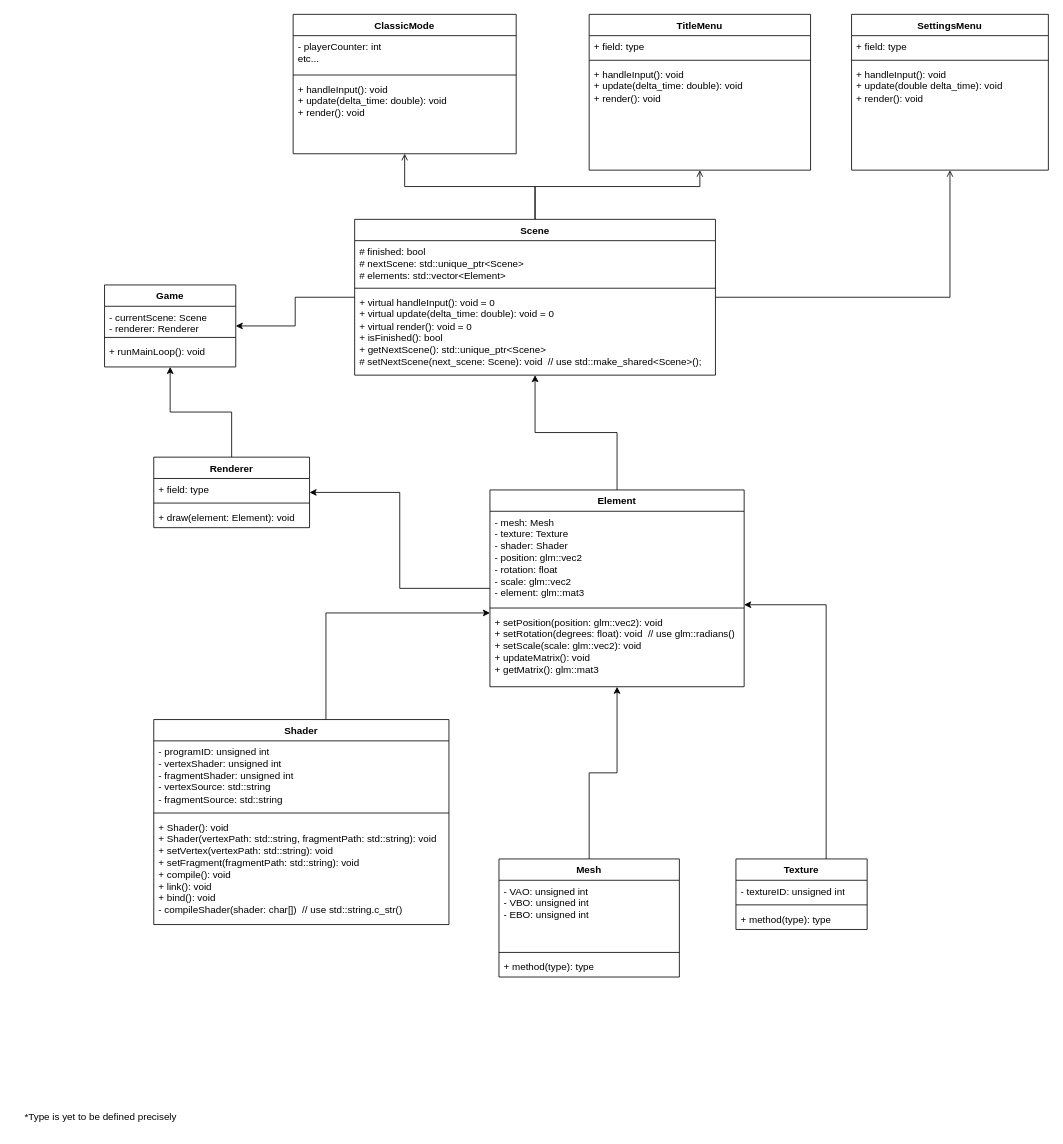
Above: design/scenesUML.drawio in drussillo/PoliticalPartyParty (draw.io), before the change. Source tidied: cells renumbered, new cells numbered last; positions are measured from the earlier drawing's top-left corner, leaving out a move shared by most shapes. Both pictures are drawn from the tidied source at 82%, with x=0, y=0 at pixel (14, 14).
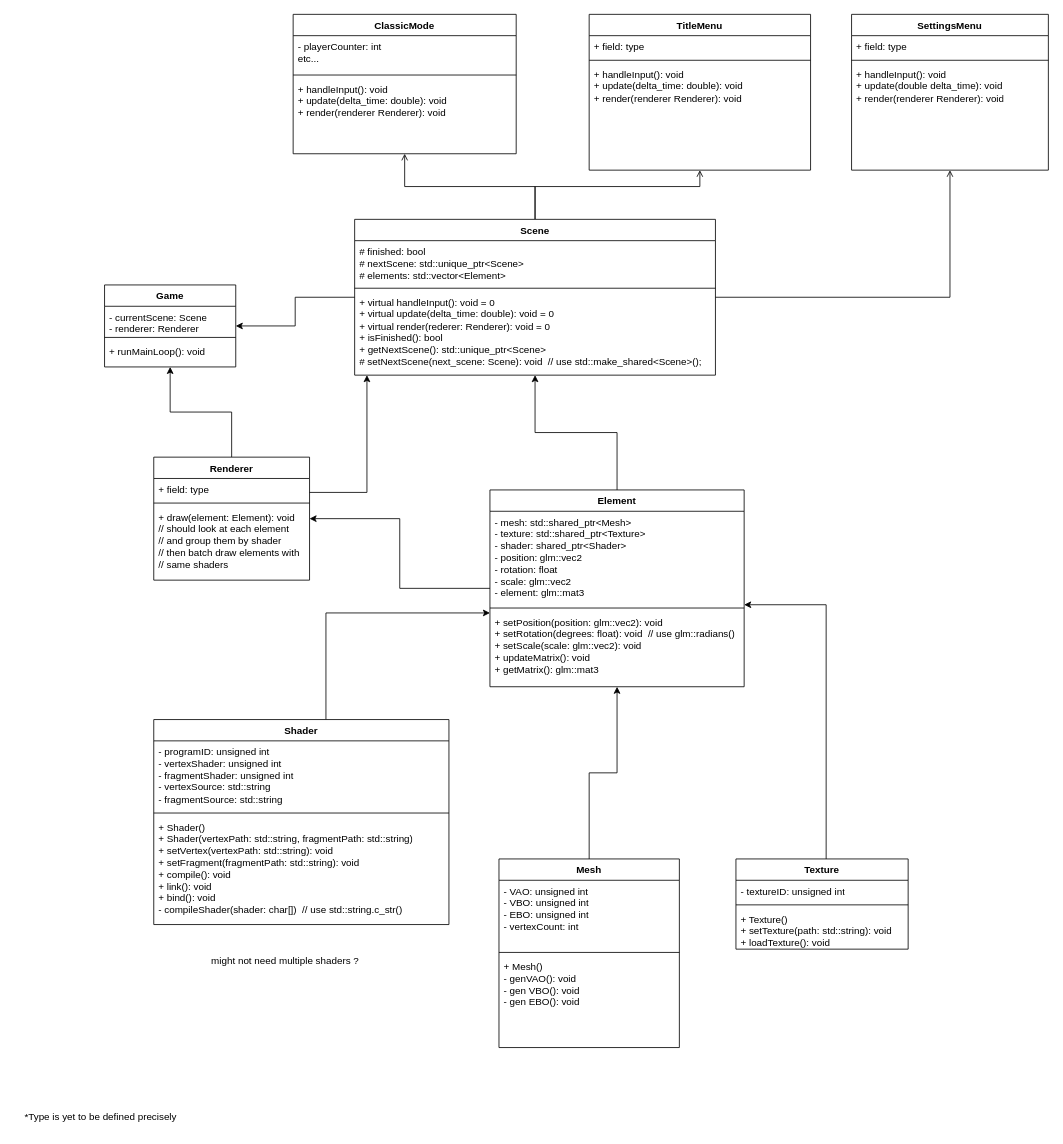
The same page after the edit.

Commit message:
Updated scenes UML - Added some clarifications

The change refers to these unchanged cells:
```xml
<mxCell id="10" value="TitleMenu" style="swimlane;fontStyle=1;align=center;verticalAlign=top;horizontal=1;startSize=26;whiteSpace=wrap;html=1;" parent="1" vertex="1">
  <mxGeometry x="701" width="270" height="190" as="geometry" />
</mxCell>
<mxCell id="14" value="ClassicMode" style="swimlane;fontStyle=1;align=center;verticalAlign=top;horizontal=1;startSize=26;whiteSpace=wrap;html=1;" parent="1" vertex="1">
  <mxGeometry x="340" width="272" height="170" as="geometry" />
</mxCell>
<mxCell id="18" value="SettingsMenu" style="swimlane;fontStyle=1;align=center;verticalAlign=top;horizontal=1;startSize=26;whiteSpace=wrap;html=1;" parent="1" vertex="1">
  <mxGeometry x="1021" width="240" height="190" as="geometry" />
</mxCell>
<mxCell id="23" value="Shader&lt;div&gt;&lt;br&gt;&lt;/div&gt;" style="swimlane;fontStyle=1;align=center;verticalAlign=top;horizontal=1;startSize=26;whiteSpace=wrap;html=1;" parent="1" vertex="1">
  <mxGeometry x="170" y="860" width="360" height="250" as="geometry" />
</mxCell>
<mxCell id="28" value="Scene" style="swimlane;fontStyle=1;align=center;verticalAlign=top;horizontal=1;startSize=26;whiteSpace=wrap;html=1;" parent="1" vertex="1">
  <mxGeometry x="415" y="250" width="440" height="190" as="geometry" />
</mxCell>
<mxCell id="44" value="Element" style="swimlane;fontStyle=1;align=center;verticalAlign=top;horizontal=1;startSize=26;whiteSpace=wrap;html=1;" parent="1" vertex="1">
  <mxGeometry x="580" y="580" width="310" height="240" as="geometry" />
</mxCell>
```

Change to the diagram source:
```diff
@@
-    <mxCell id="13" value="+ handleInput(): void&lt;div&gt;+ update(delta_time: double): void&lt;/div&gt;&lt;div&gt;+ render(): void&lt;/div&gt;" style="text;strokeColor=none;fillColor=none;align=left;verticalAlign=top;spacingLeft=4;spacingRight=4;overflow=hidden;whiteSpace=wrap;html=1;" parent="10" vertex="1">
+    <mxCell id="13" value="+ handleInput(): void&lt;div&gt;+ update(delta_time: double): void&lt;/div&gt;&lt;div&gt;+ render(renderer Renderer): void&lt;/div&gt;" style="text;strokeColor=none;fillColor=none;align=left;verticalAlign=top;spacingLeft=4;spacingRight=4;overflow=hidden;whiteSpace=wrap;html=1;" parent="10" vertex="1">
       <mxGeometry y="60" width="270" height="130" as="geometry" />
     </mxCell>
@@
-    <mxCell id="17" value="+ handleInput(): void&lt;div&gt;+ update(delta_time: double): void&lt;/div&gt;&lt;div&gt;+ render(): void&lt;br&gt;&lt;/div&gt;" style="text;strokeColor=none;fillColor=none;align=left;verticalAlign=top;spacingLeft=4;spacingRight=4;overflow=hidden;whiteSpace=wrap;html=1;" parent="14" vertex="1">
+    <mxCell id="17" value="+ handleInput(): void&lt;div&gt;+ update(delta_time: double): void&lt;/div&gt;&lt;div&gt;+ render(renderer Renderer): void&lt;br&gt;&lt;/div&gt;" style="text;strokeColor=none;fillColor=none;align=left;verticalAlign=top;spacingLeft=4;spacingRight=4;overflow=hidden;whiteSpace=wrap;html=1;" parent="14" vertex="1">
       <mxGeometry y="78" width="272" height="92" as="geometry" />
     </mxCell>
@@
-    <mxCell id="21" value="+ handleInput(): void&lt;div&gt;+ update(double delta_time): void&lt;/div&gt;&lt;div&gt;+ render(): void&lt;/div&gt;" style="text;strokeColor=none;fillColor=none;align=left;verticalAlign=top;spacingLeft=4;spacingRight=4;overflow=hidden;whiteSpace=wrap;html=1;" parent="18" vertex="1">
+    <mxCell id="21" value="+ handleInput(): void&lt;div&gt;+ update(double delta_time): void&lt;/div&gt;&lt;div&gt;+ render(renderer Renderer): void&lt;/div&gt;" style="text;strokeColor=none;fillColor=none;align=left;verticalAlign=top;spacingLeft=4;spacingRight=4;overflow=hidden;whiteSpace=wrap;html=1;" parent="18" vertex="1">
       <mxGeometry y="60" width="240" height="130" as="geometry" />
     </mxCell>
@@
-    <mxCell id="26" value="+ Shader(): void&lt;div&gt;+ Shader(vertexPath: std::string, fragmentPath: std::string): void&lt;/div&gt;&lt;div&gt;+ setVertex(vertexPath: std::string): void&lt;/div&gt;&lt;div&gt;+ setFragment(fragmentPath: std::string): void&lt;/div&gt;&lt;div&gt;+ compile(): void&lt;/div&gt;&lt;div&gt;+ link(): void&lt;/div&gt;&lt;div&gt;+ bind(): void&lt;/div&gt;&lt;div&gt;- compileShader(shader: char[])&amp;nbsp; // use std::string.c_str()&lt;/div&gt;" style="text;strokeColor=none;fillColor=none;align=left;verticalAlign=top;spacingLeft=4;spacingRight=4;overflow=hidden;whiteSpace=wrap;html=1;" parent="23" vertex="1">
+    <mxCell id="26" value="+ Shader()&lt;div&gt;+ Shader(vertexPath: std::string, fragmentPath: std::string)&lt;/div&gt;&lt;div&gt;+ setVertex(vertexPath: std::string): void&lt;/div&gt;&lt;div&gt;+ setFragment(fragmentPath: std::string): void&lt;/div&gt;&lt;div&gt;+ compile(): void&lt;/div&gt;&lt;div&gt;+ link(): void&lt;/div&gt;&lt;div&gt;+ bind(): void&lt;/div&gt;&lt;div&gt;- compileShader(shader: char[])&amp;nbsp; // use std::string.c_str()&lt;/div&gt;" style="text;strokeColor=none;fillColor=none;align=left;verticalAlign=top;spacingLeft=4;spacingRight=4;overflow=hidden;whiteSpace=wrap;html=1;" parent="23" vertex="1">
       <mxGeometry y="118" width="360" height="132" as="geometry" />
     </mxCell>
@@
-    <mxCell id="31" value="+ virtual handleInput(): void = 0&lt;div&gt;+ virtual update(delta_time: double): void = 0&lt;/div&gt;&lt;div&gt;+ virtual render(): void = 0&lt;/div&gt;&lt;div&gt;+ isFinished(): bool&lt;/div&gt;&lt;div&gt;+ getNextScene(): std::unique_ptr&amp;lt;Scene&amp;gt;&lt;/div&gt;&lt;div&gt;# setNextScene(next_scene: Scene): void&amp;nbsp; // use std::make_shared&amp;lt;Scene&amp;gt;();&lt;/div&gt;" style="text;strokeColor=none;fillColor=none;align=left;verticalAlign=top;spacingLeft=4;spacingRight=4;overflow=hidden;whiteSpace=wrap;html=1;" parent="28" vertex="1">
+    <mxCell id="31" value="+ virtual handleInput(): void = 0&lt;div&gt;+ virtual update(delta_time: double): void = 0&lt;/div&gt;&lt;div&gt;+ virtual render(rederer: Renderer): void = 0&lt;/div&gt;&lt;div&gt;+ isFinished(): bool&lt;/div&gt;&lt;div&gt;+ getNextScene(): std::unique_ptr&amp;lt;Scene&amp;gt;&lt;/div&gt;&lt;div&gt;# setNextScene(next_scene: Scene): void&amp;nbsp; // use std::make_shared&amp;lt;Scene&amp;gt;();&lt;/div&gt;" style="text;strokeColor=none;fillColor=none;align=left;verticalAlign=top;spacingLeft=4;spacingRight=4;overflow=hidden;whiteSpace=wrap;html=1;" parent="28" vertex="1">
       <mxGeometry y="88" width="440" height="102" as="geometry" />
     </mxCell>
@@
     <mxCell id="33" value="Mesh" style="swimlane;fontStyle=1;align=center;verticalAlign=top;horizontal=1;startSize=26;whiteSpace=wrap;html=1;" parent="1" vertex="1">
-      <mxGeometry x="591" y="1030" width="220" height="144" as="geometry" />
+      <mxGeometry x="591" y="1030" width="220" height="230" as="geometry" />
     </mxCell>
-    <mxCell id="34" value="&lt;div&gt;&lt;span style=&quot;background-color: transparent; color: light-dark(rgb(0, 0, 0), rgb(255, 255, 255));&quot;&gt;- VAO: unsigned int&lt;/span&gt;&lt;/div&gt;- VBO: unsigned int&lt;div&gt;- EBO: unsigned int&lt;/div&gt;" style="text;strokeColor=none;fillColor=none;align=left;verticalAlign=top;spacingLeft=4;spacingRight=4;overflow=hidden;whiteSpace=wrap;html=1;" parent="33" vertex="1">
+    <mxCell id="34" value="&lt;div&gt;&lt;span style=&quot;background-color: transparent; color: light-dark(rgb(0, 0, 0), rgb(255, 255, 255));&quot;&gt;- VAO: unsigned int&lt;/span&gt;&lt;/div&gt;- VBO: unsigned int&lt;div&gt;- EBO: unsigned int&lt;/div&gt;&lt;div&gt;- vertexCount: int&lt;/div&gt;" style="text;strokeColor=none;fillColor=none;align=left;verticalAlign=top;spacingLeft=4;spacingRight=4;overflow=hidden;whiteSpace=wrap;html=1;" parent="33" vertex="1">
       <mxGeometry y="26" width="220" height="84" as="geometry" />
     </mxCell>
@@
-    <mxCell id="36" value="+ method(type): type" style="text;strokeColor=none;fillColor=none;align=left;verticalAlign=top;spacingLeft=4;spacingRight=4;overflow=hidden;whiteSpace=wrap;html=1;" parent="33" vertex="1">
-      <mxGeometry y="118" width="220" height="26" as="geometry" />
+    <mxCell id="36" value="+ Mesh()&lt;div&gt;- genVAO(): void&lt;/div&gt;&lt;div&gt;- gen VBO(): void&lt;/div&gt;&lt;div&gt;- gen EBO(): void&lt;/div&gt;" style="text;strokeColor=none;fillColor=none;align=left;verticalAlign=top;spacingLeft=4;spacingRight=4;overflow=hidden;whiteSpace=wrap;html=1;" parent="33" vertex="1">
+      <mxGeometry y="118" width="220" height="112" as="geometry" />
     </mxCell>
@@
     <mxCell id="38" value="Texture" style="swimlane;fontStyle=1;align=center;verticalAlign=top;horizontal=1;startSize=26;whiteSpace=wrap;html=1;" parent="1" vertex="1">
-      <mxGeometry x="880" y="1030" width="160" height="86" as="geometry" />
+      <mxGeometry x="880" y="1030" width="210" height="110" as="geometry" />
     </mxCell>
     <mxCell id="39" value="- textureID: unsigned int" style="text;strokeColor=none;fillColor=none;align=left;verticalAlign=top;spacingLeft=4;spacingRight=4;overflow=hidden;whiteSpace=wrap;html=1;" parent="38" vertex="1">
-      <mxGeometry y="26" width="160" height="26" as="geometry" />
+      <mxGeometry y="26" width="210" height="26" as="geometry" />
     </mxCell>
     <mxCell id="40" style="line;strokeWidth=1;fillColor=none;align=left;verticalAlign=middle;spacingTop=-1;spacingLeft=3;spacingRight=3;labelPosition=right;strokeColor=inherit;" parent="38" vertex="1">
-      <mxGeometry y="52" width="160" height="8" as="geometry" />
+      <mxGeometry y="52" width="210" height="8" as="geometry" />
     </mxCell>
-    <mxCell id="41" value="+ method(type): type" style="text;strokeColor=none;fillColor=none;align=left;verticalAlign=top;spacingLeft=4;spacingRight=4;overflow=hidden;whiteSpace=wrap;html=1;" parent="38" vertex="1">
-      <mxGeometry y="60" width="160" height="26" as="geometry" />
+    <mxCell id="41" value="&lt;div&gt;+ Texture()&lt;/div&gt;+ setTexture(path: std::string): void&lt;div&gt;+ loadTexture(): void&lt;/div&gt;" style="text;strokeColor=none;fillColor=none;align=left;verticalAlign=top;spacingLeft=4;spacingRight=4;overflow=hidden;whiteSpace=wrap;html=1;" parent="38" vertex="1">
+      <mxGeometry y="60" width="210" height="50" as="geometry" />
     </mxCell>
@@
-    <mxCell id="45" value="- mesh: Mesh&lt;div&gt;- texture: Texture&lt;/div&gt;&lt;div&gt;- shader: Shader&lt;/div&gt;&lt;div&gt;- position: glm::vec2&lt;/div&gt;&lt;div&gt;- rotation: float&amp;nbsp;&amp;nbsp;&lt;/div&gt;&lt;div&gt;- scale: glm::vec2&lt;/div&gt;&lt;div&gt;- element: glm::mat3&lt;/div&gt;" style="text;strokeColor=none;fillColor=none;align=left;verticalAlign=top;spacingLeft=4;spacingRight=4;overflow=hidden;whiteSpace=wrap;html=1;" parent="44" vertex="1">
+    <mxCell id="45" value="- mesh: std::shared_ptr&amp;lt;Mesh&amp;gt;&lt;div&gt;- texture: std::shared_ptr&amp;lt;Texture&amp;gt;&lt;/div&gt;&lt;div&gt;- shader: shared_ptr&amp;lt;Shader&amp;gt;&lt;/div&gt;&lt;div&gt;- position: glm::vec2&lt;/div&gt;&lt;div&gt;- rotation: float&amp;nbsp;&amp;nbsp;&lt;/div&gt;&lt;div&gt;- scale: glm::vec2&lt;/div&gt;&lt;div&gt;- element: glm::mat3&lt;/div&gt;" style="text;strokeColor=none;fillColor=none;align=left;verticalAlign=top;spacingLeft=4;spacingRight=4;overflow=hidden;whiteSpace=wrap;html=1;" parent="44" vertex="1">
       <mxGeometry y="26" width="310" height="114" as="geometry" />
     </mxCell>
@@
+    <mxCell id="53" style="edgeStyle=orthogonalEdgeStyle;rounded=0;jettySize=auto;html=1;" parent="1" edge="1" source="49" target="28">
+      <mxGeometry relative="1" as="geometry">
+        <Array as="points">
+          <mxPoint x="430" y="583" />
+        </Array>
+      </mxGeometry>
+    </mxCell>
     <mxCell id="49" value="Renderer" style="swimlane;fontStyle=1;align=center;verticalAlign=top;horizontal=1;startSize=26;whiteSpace=wrap;html=1;" parent="1" vertex="1">
-      <mxGeometry x="170" y="540" width="190" height="86" as="geometry" />
+      <mxGeometry x="170" y="540" width="190" height="150" as="geometry" />
     </mxCell>
@@
-    <mxCell id="52" value="+ draw(element: Element): void" style="text;strokeColor=none;fillColor=none;align=left;verticalAlign=top;spacingLeft=4;spacingRight=4;overflow=hidden;whiteSpace=wrap;html=1;" parent="49" vertex="1">
-      <mxGeometry y="60" width="190" height="26" as="geometry" />
+    <mxCell id="52" value="+ draw(element: Element): void&lt;div&gt;// should look at each element&amp;nbsp;&lt;/div&gt;&lt;div&gt;// and group them by shader&lt;/div&gt;&lt;div&gt;// then batch draw elements with&lt;/div&gt;&lt;div&gt;// same shaders&lt;/div&gt;" style="text;strokeColor=none;fillColor=none;align=left;verticalAlign=top;spacingLeft=4;spacingRight=4;overflow=hidden;whiteSpace=wrap;html=1;" parent="49" vertex="1">
+      <mxGeometry y="60" width="190" height="90" as="geometry" />
     </mxCell>
+    <mxCell id="54" value="might not need multiple shaders ?" style="text;html=1;align=center;verticalAlign=middle;strokeColor=none;fillColor=none;" parent="1" vertex="1">
+      <mxGeometry x="230" y="1140" width="200" height="30" as="geometry" />
+    </mxCell>
```
